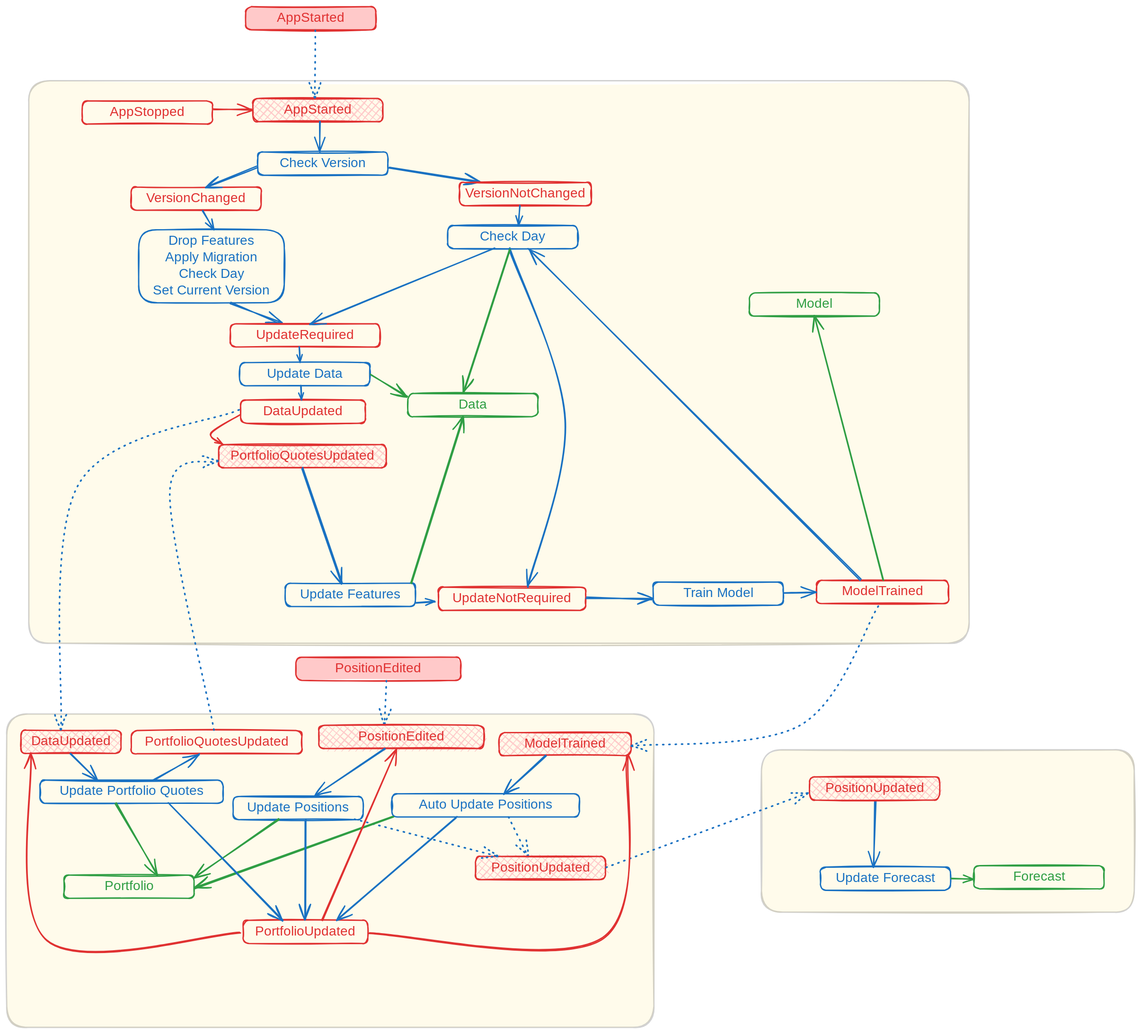
WLM1ke/poptimizer keeps this Excalidraw diagram as docs/fsm.excalidraw.svg. Above is the earlier version. Source tidied: one line per element, renumbered; positions are measured from the earlier drawing's top-left corner, leaving out a move shared by most shapes.
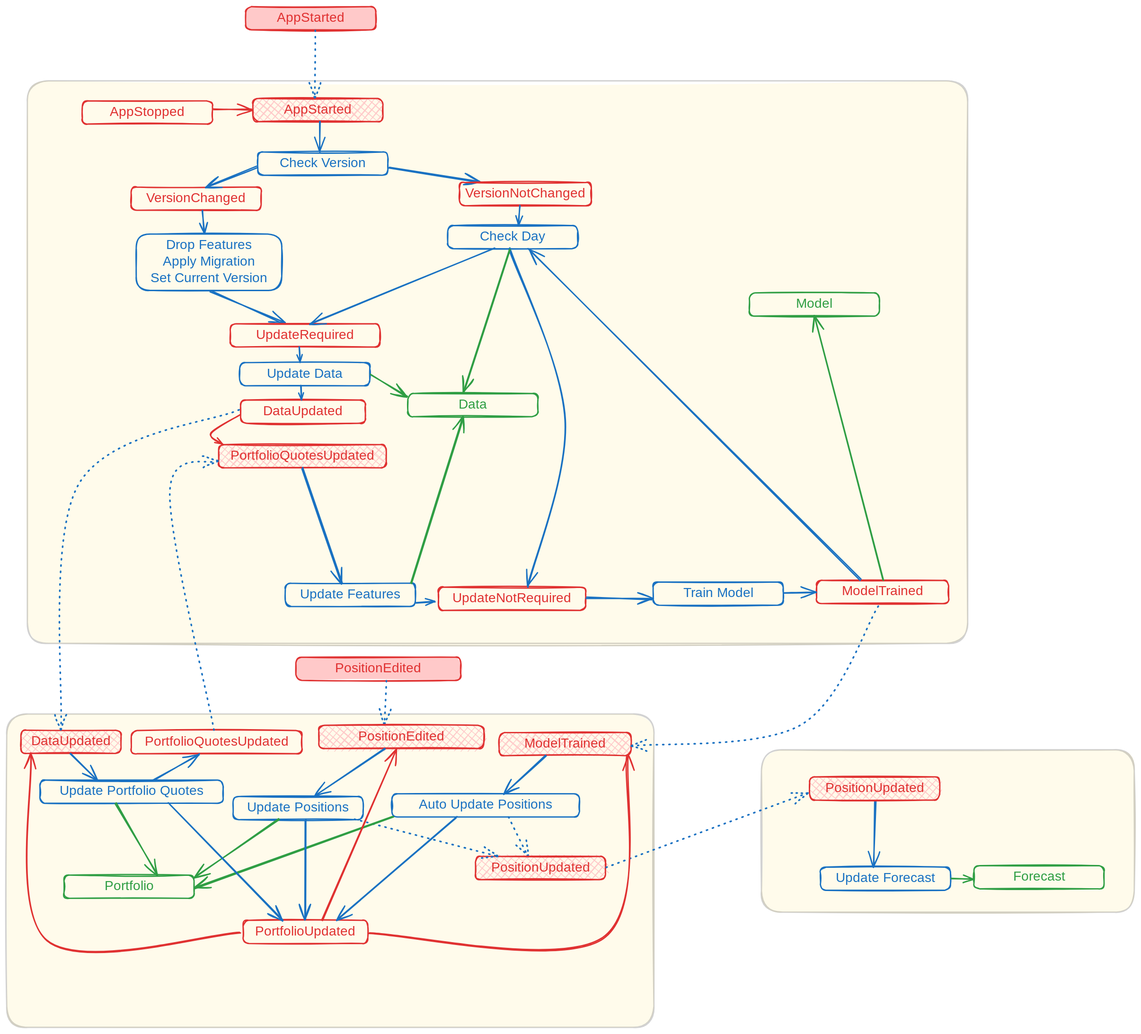
After the change.

Commit message:
feat: migration action

Change to the diagram source:
```diff
@@ -1,5 +1,5 @@
+{"id": 1, "type": "rectangle", "strokeColor": "#1e1e1e", "backgroundColor": "#ffec99", "fillStyle": "solid", "strokeWidth": 2, "roughness": 1, "opacity": 20, "round": true, "x": 31, "y": 112, "width": 1419, "height": 849}
 {"id": 0, "type": "rectangle", "strokeColor": "#1e1e1e", "backgroundColor": "#ffec99", "fillStyle": "solid", "strokeWidth": 2, "roughness": 1, "opacity": 20, "round": true, "x": 1139, "y": 1121, "width": 563, "height": 245}
-{"id": 1, "type": "rectangle", "strokeColor": "#1e1e1e", "backgroundColor": "#ffec99", "fillStyle": "solid", "strokeWidth": 2, "roughness": 1, "opacity": 20, "round": true, "x": 33, "y": 112, "width": 1419, "height": 849}
 {"id": 2, "type": "rectangle", "strokeColor": "#1e1e1e", "backgroundColor": "#ffec99", "fillStyle": "solid", "strokeWidth": 2, "roughness": 1, "opacity": 20, "round": true, "x": 0, "y": 1067, "width": 977, "height": 473}
 {"id": 3, "type": "rectangle", "strokeColor": "#e03131", "backgroundColor": "#ffc9c9", "fillStyle": "cross-hatch", "strokeWidth": 2, "roughness": 1, "round": true, "x": 372, "y": 138, "width": 196, "height": 35}
 {"id": 4, "type": "text", "text": "AppStarted", "strokeColor": "#e03131", "strokeWidth": 2, "roughness": 1, "fontSize": 20, "fontFamily": 5, "textAlign": "center", "verticalAlign": "middle", "inside": 3, "x": 413, "y": 143, "width": 113, "height": 25}
@@ -27,7 +27,7 @@
 {"id": 26, "type": "arrow", "strokeColor": "#1971c2", "strokeWidth": 2, "strokeStyle": "dotted", "roughness": 1, "endArrowhead": "arrow", "round": true, "from": 11, "to": 77, "x": 572, "y": 1017, "width": 3, "height": 68, "points": [[0, 0], [-3, 68]]}
 {"id": 27, "type": "rectangle", "strokeColor": "#1971c2", "strokeWidth": 2, "roughness": 1, "round": true, "x": 342, "y": 1192, "width": 196, "height": 35}
 {"id": 28, "type": "text", "text": "Update Positions", "strokeColor": "#1971c2", "strokeWidth": 2, "roughness": 1, "fontSize": 20, "fontFamily": 5, "textAlign": "center", "verticalAlign": "middle", "inside": 27, "x": 355, "y": 1197, "width": 169, "height": 25}
-{"id": 29, "type": "arrow", "strokeColor": "#1971c2", "strokeWidth": 2, "roughness": 1, "endArrowhead": "arrow", "round": true, "from": 42, "to": 50, "x": 337, "y": 447, "width": 77, "height": 31, "points": [[0, 0], [77, 31]]}
+{"id": 29, "type": "arrow", "strokeColor": "#1971c2", "strokeWidth": 2, "roughness": 1, "endArrowhead": "arrow", "round": true, "from": 42, "to": 50, "x": 307, "y": 429, "width": 112, "height": 49, "points": [[0, 0], [112, 49]]}
 {"id": 30, "type": "arrow", "strokeColor": "#2f9e44", "strokeWidth": 2, "roughness": 1, "endArrowhead": "arrow", "round": true, "from": 19, "to": 7, "x": 164, "y": 1203, "width": 63, "height": 107, "points": [[0, 0], [63, 107]]}
 {"id": 31, "type": "arrow", "strokeColor": "#2f9e44", "strokeWidth": 2, "roughness": 1, "endArrowhead": "arrow", "round": true, "from": 27, "to": 7, "x": 411, "y": 1227, "width": 128, "height": 86, "points": [[0, 0], [-128, 86]]}
 {"id": 32, "type": "rectangle", "strokeColor": "#1971c2", "strokeWidth": 2, "roughness": 1, "round": true, "x": 1228, "y": 1298, "width": 196, "height": 35}
@@ -40,8 +40,8 @@
 {"id": 39, "type": "text", "text": "PositionUpdated", "strokeColor": "#e03131", "strokeWidth": 2, "roughness": 1, "fontSize": 20, "fontFamily": 5, "textAlign": "center", "verticalAlign": "middle", "inside": 38, "x": 724, "y": 1287, "width": 162, "height": 25}
 {"id": 40, "type": "arrow", "strokeColor": "#1971c2", "strokeWidth": 2, "strokeStyle": "dotted", "roughness": 1, "endArrowhead": "arrow", "round": true, "from": 27, "to": 38, "x": 525, "y": 1227, "width": 217, "height": 54, "points": [[0, 0], [217, 54]]}
 {"id": 41, "type": "arrow", "strokeColor": "#1971c2", "strokeWidth": 2, "roughness": 1, "endArrowhead": "arrow", "round": true, "from": 96, "to": 32, "x": 1310, "y": 1199, "width": 2, "height": 99, "points": [[0, 0], [-2, 99]]}
-{"id": 42, "type": "rectangle", "strokeColor": "#1971c2", "strokeWidth": 2, "roughness": 1, "round": true, "x": 199, "y": 337, "width": 220, "height": 110}
+{"id": 42, "type": "rectangle", "strokeColor": "#1971c2", "strokeWidth": 2, "roughness": 1, "round": true, "x": 195, "y": 343, "width": 220, "height": 85}
-{"id": 43, "type": "text", "text": "Drop Features\nApply Migration\nCheck Day\nSet Current Version", "strokeColor": "#1971c2", "strokeWidth": 2, "roughness": 1, "fontSize": 20, "fontFamily": 5, "textAlign": "center", "verticalAlign": "middle", "inside": 42, "x": 214, "y": 342, "width": 191, "height": 100}
+{"id": 43, "type": "text", "text": "Drop Features\nApply Migration\nSet Current Version", "strokeColor": "#1971c2", "strokeWidth": 2, "roughness": 1, "fontSize": 20, "fontFamily": 5, "textAlign": "center", "verticalAlign": "middle", "inside": 42, "x": 210, "y": 348, "width": 191, "height": 75}
 {"id": 44, "type": "arrow", "strokeColor": "#2f9e44", "backgroundColor": "#ffec99", "fillStyle": "solid", "strokeWidth": 2, "roughness": 1, "endArrowhead": "arrow", "round": true, "from": 17, "to": 5, "x": 550, "y": 557, "width": 55, "height": 32, "points": [[0, 0], [55, 32]]}
 {"id": 45, "type": "rectangle", "strokeColor": "#e03131", "strokeWidth": 2, "roughness": 1, "round": true, "x": 683, "y": 265, "width": 199, "height": 35}
 {"id": 46, "type": "text", "text": "VersionNotChanged", "strokeColor": "#e03131", "strokeWidth": 2, "roughness": 1, "fontSize": 20, "fontFamily": 5, "textAlign": "center", "verticalAlign": "middle", "inside": 45, "x": 691, "y": 270, "width": 184, "height": 25}
@@ -86,7 +86,7 @@
 {"id": 85, "type": "rectangle", "strokeColor": "#e03131", "backgroundColor": "#ffc9c9", "fillStyle": "cross-hatch", "strokeWidth": 2, "roughness": 1, "round": true, "x": 743, "y": 1095, "width": 199, "height": 35}
 {"id": 86, "type": "text", "text": "ModelTrained", "strokeColor": "#e03131", "strokeWidth": 2, "roughness": 1, "fontSize": 20, "fontFamily": 5, "textAlign": "center", "verticalAlign": "middle", "inside": 85, "x": 779, "y": 1100, "width": 127, "height": 25}
 {"id": 87, "type": "arrow", "strokeColor": "#1971c2", "backgroundColor": "#ffc9c9", "fillStyle": "cross-hatch", "strokeWidth": 2, "roughness": 1, "endArrowhead": "arrow", "round": true, "from": 85, "to": 35, "x": 814, "y": 1131, "width": 62, "height": 57, "points": [[0, 0], [-62, 57]]}
-{"id": 88, "type": "arrow", "strokeColor": "#1971c2", "backgroundColor": "#ffc9c9", "fillStyle": "cross-hatch", "strokeWidth": 2, "roughness": 1, "endArrowhead": "arrow", "round": true, "from": 13, "to": 42, "x": 296, "y": 308, "width": 16, "height": 28, "points": [[0, 0], [16, 28]]}
+{"id": 88, "type": "arrow", "strokeColor": "#1971c2", "backgroundColor": "#ffc9c9", "fillStyle": "cross-hatch", "strokeWidth": 2, "roughness": 1, "endArrowhead": "arrow", "round": true, "from": 13, "to": 42, "x": 295, "y": 308, "width": 2, "height": 34, "points": [[0, 0], [2, 34]]}
 {"id": 89, "type": "arrow", "strokeColor": "#1971c2", "strokeWidth": 2, "roughness": 1, "endArrowhead": "arrow", "round": true, "from": 52, "to": 21, "x": 875, "y": 892, "width": 99, "height": 3, "points": [[0, 0], [99, 3]]}
 {"id": 90, "type": "arrow", "strokeColor": "#1971c2", "strokeWidth": 2, "roughness": 1, "endArrowhead": "arrow", "round": true, "from": 21, "to": 82, "x": 1173, "y": 885, "width": 48, "height": 1, "points": [[0, 0], [48, -1]]}
 {"id": 91, "type": "rectangle", "strokeColor": "#2f9e44", "strokeWidth": 2, "roughness": 1, "round": true, "x": 1121, "y": 432, "width": 196, "height": 35}
```
